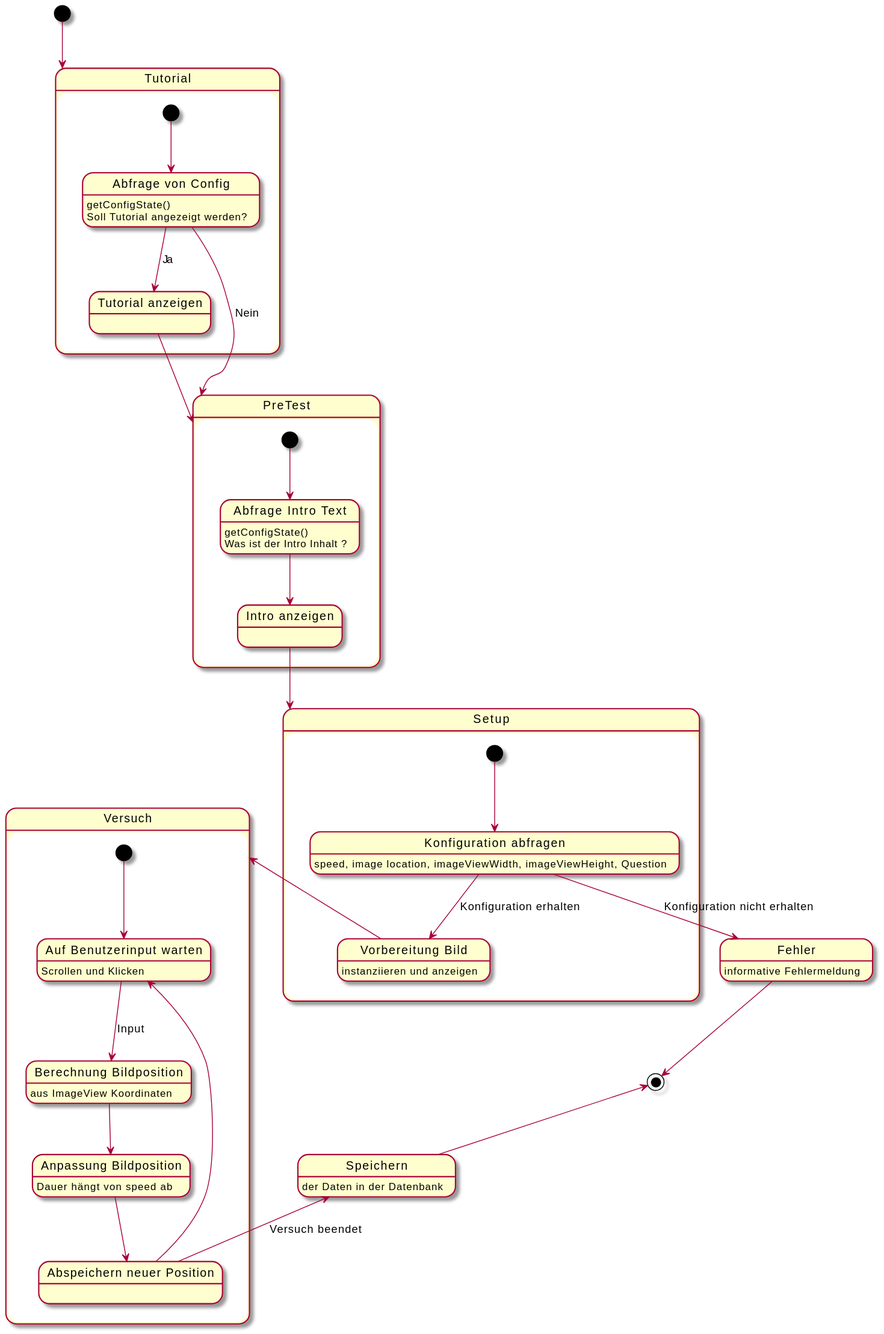
Above: uml-state/zoommaps/zustand-zoommaps.svg in weichware-10/dokumente (PlantUML), before the change.
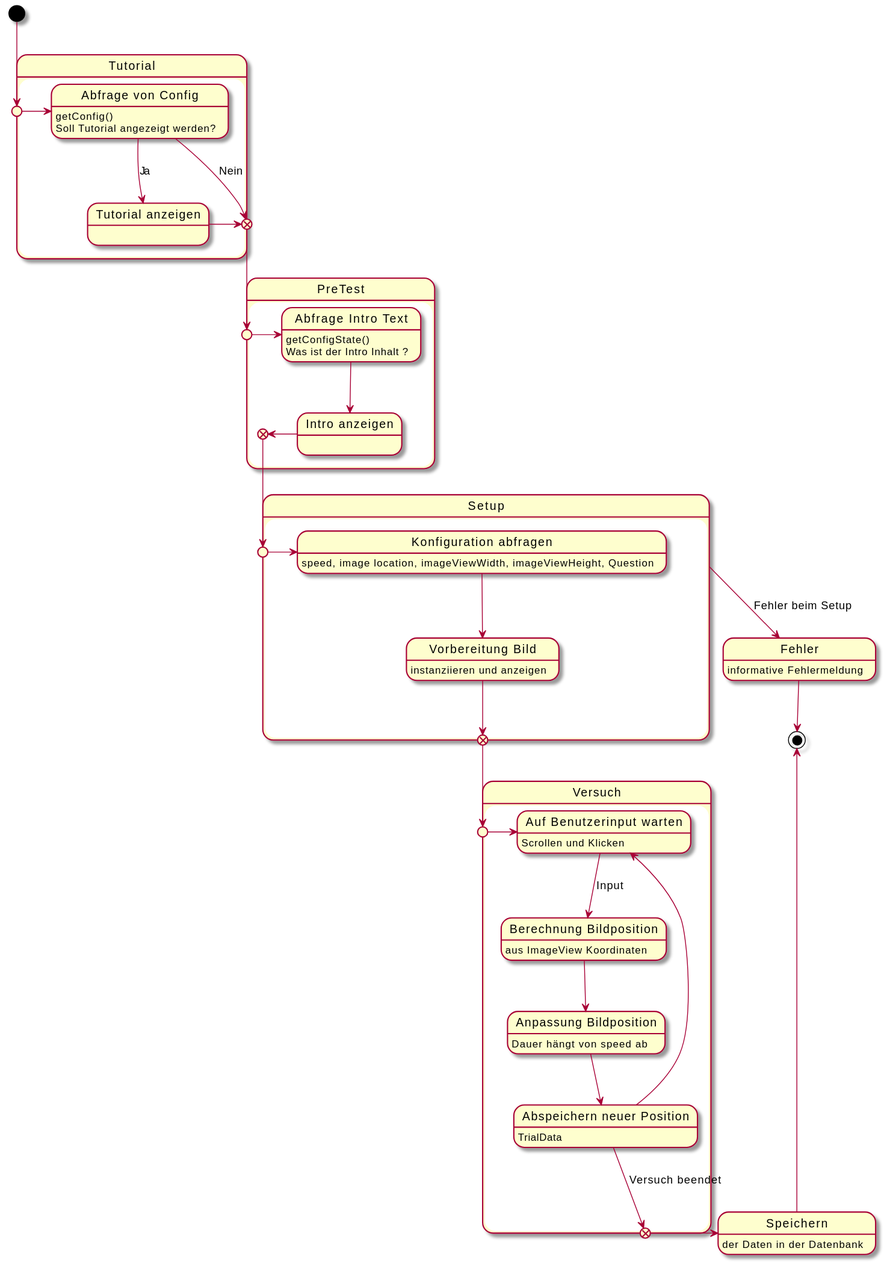
The same diagram one commit later.

Commit message:
[chore] rendered SVGs

The edit, as a diff of the source:
```diff
@@ -3,45 +3,60 @@
 state Speichern : der Daten in der Datenbank
 
 state "Tutorial" as t {
-    state "Abfrage von Config" as ac : getConfigState()\nSoll Tutorial angezeigt werden?
+    state " " as tnp <<entryPoint>>
+    state " " as txp <<exitPoint>>
+    state "Abfrage von Config" as ac : getConfig()\nSoll Tutorial angezeigt werden?
     state "Tutorial anzeigen" as ta
-    [*] --> ac
+    tnp -l-> ac
     ac --> ta : Ja
-    ac --> p : Nein
-    ta --> p
+    ac --> txp : Nein
+    ta -r-> txp
 }
 
 state "PreTest" as p {
+    state " " as pnp <<entryPoint>>
+    state " " as pxp <<exitPoint>>
     state "Abfrage Intro Text" as it : getConfigState()\nWas ist der Intro Inhalt ?
     state "Intro anzeigen" as ia
-    [*] --> it
+    pnp -l-> it
     it --> ia
-    ia --> s
+    ia -r-> pxp
 }
 
 state "Setup" as s {
+    state " " as snp <<entryPoint>>
+    state " " as sxp <<exitPoint>>
     state "Konfiguration abfragen" as ka : speed, image location, imageViewWidth, imageViewHeight, Question
     state "Vorbereitung Bild" as vb : instanziieren und anzeigen
-    [*] --> ka
-    ka --> vb : Konfiguration erhalten
-    ka -d-> err : Konfiguration nicht erhalten
-    vb -l-> v
+    snp -l-> ka
+    ka --> vb
+    vb -d-> sxp
 }
 
+
 state "Versuch" as v {
+    state " " as vnp <<entryPoint>>
+    state " " as vxp <<exitPoint>>
     state "Auf Benutzerinput warten" as bi : Scrollen und Klicken
     state "Berechnung Bildposition" as bb : aus ImageView Koordinaten
     state "Anpassung Bildposition" as ab : Dauer hängt von speed ab
-    state "Abspeichern neuer Position" as ap
-    [*] --> bi
+    state "Abspeichern neuer Position" as ap : TrialData
+    vnp -l-> bi
     bi --> bb : Input
     bb --> ab
     ab --> ap
     ap --> bi
-    ap -u-> Speichern : Versuch beendet
+    ap -d-> vxp : Versuch beendet
 }
 
-[*] --> t
+s --> err : Fehler beim Setup
+[*] --> tnp
+
+txp --> pnp
+pxp --> snp
+sxp --> vnp
+vxp -r-> Speichern
+
 Speichern -u-> [*]
 err -d-> [*]
 @enduml
```
